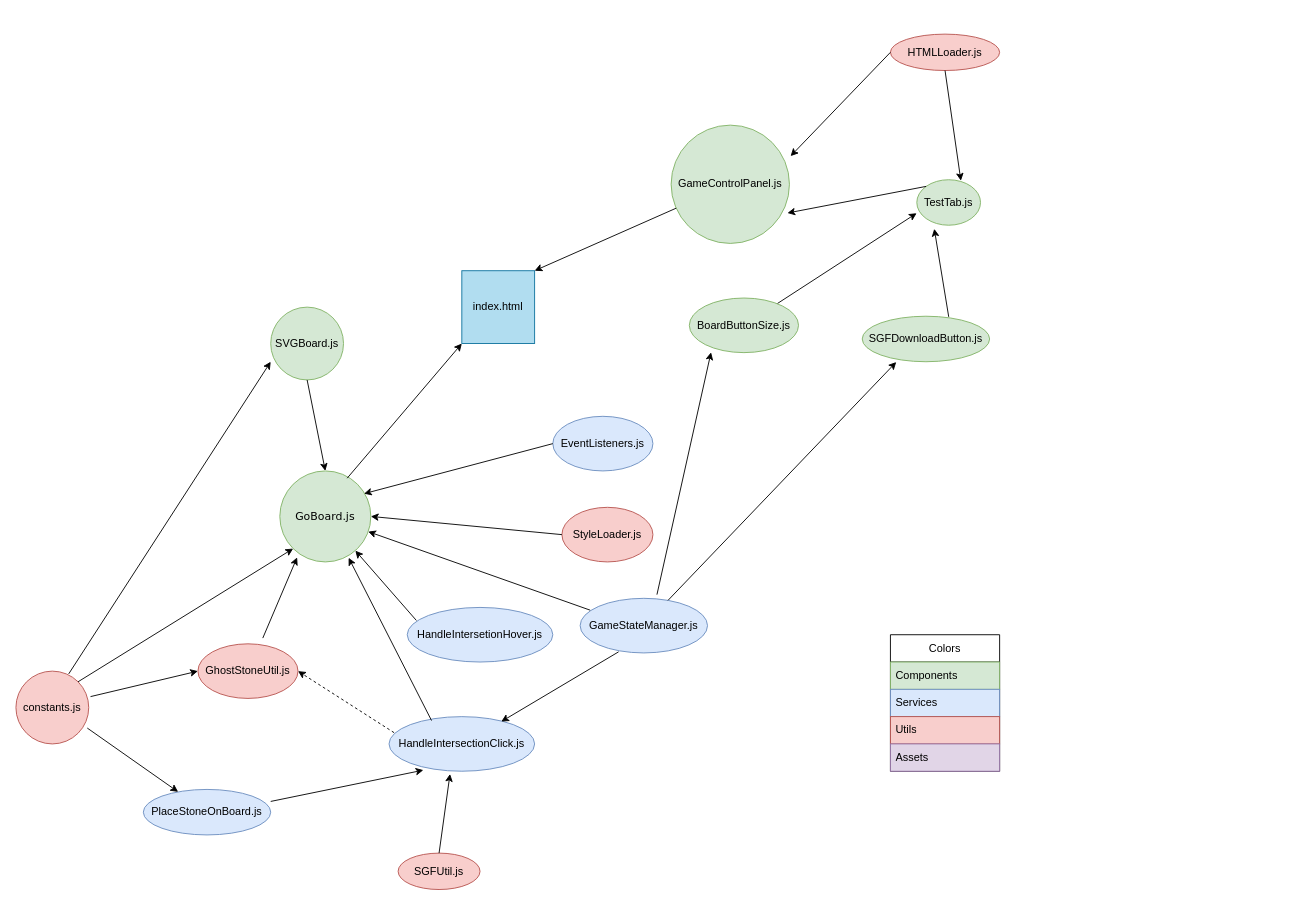
Above: WebGo.drawio in enokiLucas/Diagrams (draw.io), before the change. Source tidied: cells renumbered, new cells numbered last; positions are measured from the earlier drawing's top-left corner, leaving out a move shared by most shapes. Both pictures are drawn from the tidied source at 91%, with x=0, y=0 at pixel (15, 34).
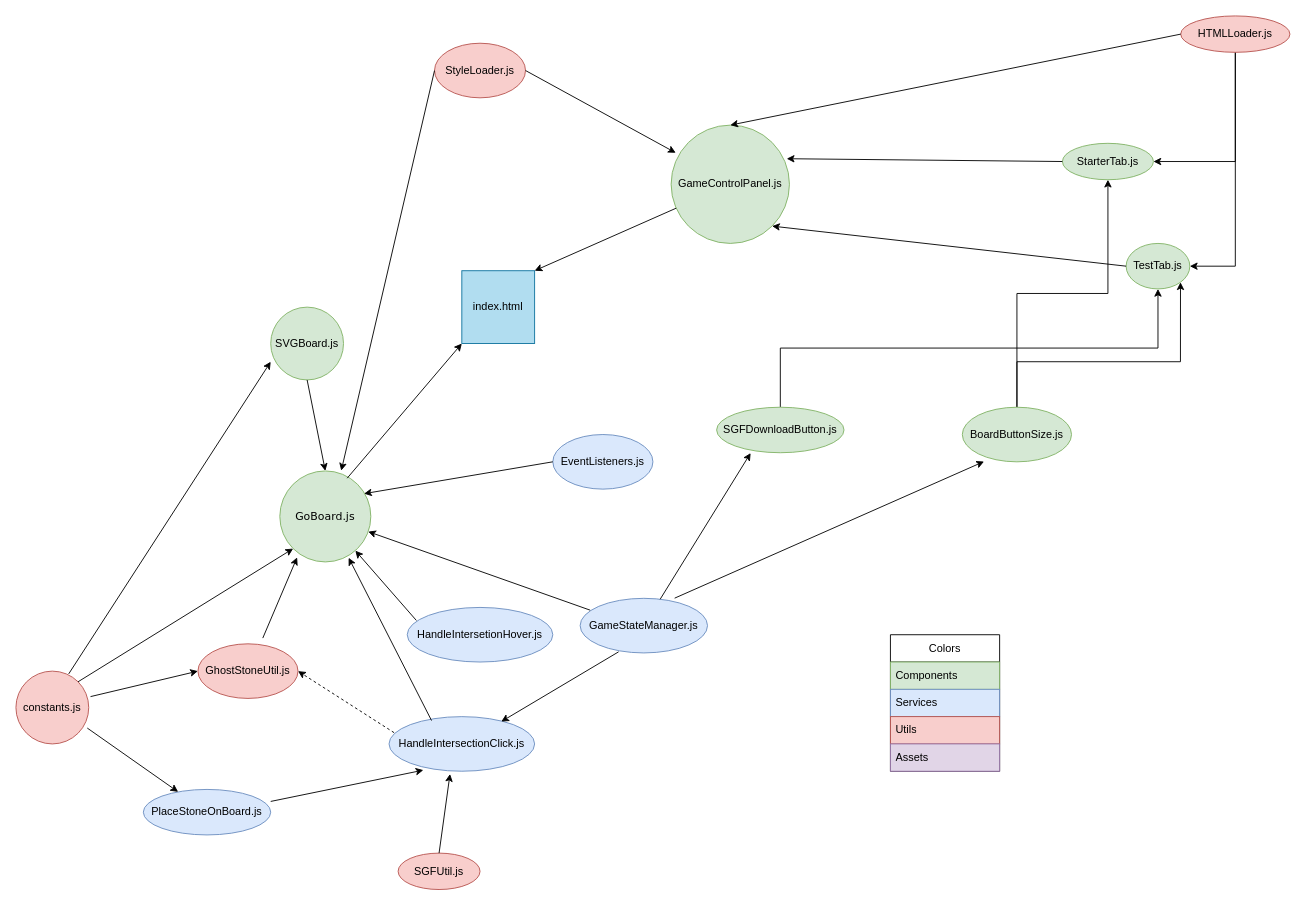
The same diagram, later.

The change refers to these unchanged cells:
```xml
<mxCell id="2" value="GoBoard.js" style="ellipse;whiteSpace=wrap;html=1;fillColor=#d5e8d4;strokeColor=#82b366;fontFamily=Verdana;labelBackgroundColor=none;" parent="1" vertex="1">
  <mxGeometry x="290" y="480" width="100" height="100" as="geometry" />
</mxCell>
<mxCell id="25" value="GameStateManager.js" style="ellipse;whiteSpace=wrap;html=1;fillColor=#dae8fc;strokeColor=#6c8ebf;" parent="1" vertex="1">
  <mxGeometry x="620" y="620" width="140" height="60" as="geometry" />
</mxCell>
<mxCell id="41" value="GameControlPanel.js" style="ellipse;whiteSpace=wrap;html=1;fillColor=#d5e8d4;strokeColor=#82b366;" parent="1" vertex="1">
  <mxGeometry x="720" y="100" width="130" height="130" as="geometry" />
</mxCell>
```

Change to the diagram source:
```diff
@@
-    <mxCell id="13" style="endArrow=classic;html=1;rounded=0;entryX=-0.003;entryY=0.736;entryDx=0;entryDy=0;entryPerimeter=0;" parent="1" edge="1" source="14" target="40">
-      <mxGeometry relative="1" as="geometry" />
+    <mxCell id="13" style="edgeStyle=orthogonalEdgeStyle;rounded=0;jettySize=auto;html=1;exitX=0.5;exitY=0;exitDx=0;exitDy=0;entryX=1;entryY=1;entryDx=0;entryDy=0;" parent="1" edge="1" source="14" target="40">
+      <mxGeometry relative="1" as="geometry">
+        <Array as="points">
+          <mxPoint x="1100" y="360" />
+          <mxPoint x="1280" y="360" />
+        </Array>
+      </mxGeometry>
     </mxCell>
+    <mxCell id="48" style="edgeStyle=orthogonalEdgeStyle;rounded=0;jettySize=auto;html=1;exitX=0.5;exitY=0;exitDx=0;exitDy=0;entryX=0.5;entryY=1;entryDx=0;entryDy=0;" parent="1" edge="1" source="14" target="50">
+      <mxGeometry relative="1" as="geometry" />
+    </mxCell>
     <mxCell id="14" value="BoardButtonSize.js" style="ellipse;whiteSpace=wrap;html=1;fillColor=#d5e8d4;strokeColor=#82b366;" parent="1" vertex="1">
-      <mxGeometry x="740" y="290" width="120" height="60" as="geometry" />
+      <mxGeometry x="1040" y="410" width="120" height="60" as="geometry" />
     </mxCell>
     <mxCell id="15" value="StyleLoader.js" style="ellipse;whiteSpace=wrap;html=1;fillColor=#f8cecc;strokeColor=#b85450;" parent="1" vertex="1">
-      <mxGeometry x="600" y="520" width="100" height="60" as="geometry" />
+      <mxGeometry x="460" y="10" width="100" height="60" as="geometry" />
     </mxCell>
-    <mxCell id="16" style="endArrow=classic;html=1;rounded=0;exitX=0;exitY=0.5;exitDx=0;exitDy=0;entryX=1;entryY=0.5;entryDx=0;entryDy=0;" parent="1" edge="1" source="15" target="2">
+    <mxCell id="16" style="endArrow=classic;html=1;rounded=0;exitX=0;exitY=0.5;exitDx=0;exitDy=0;entryX=0.675;entryY=-0.003;entryDx=0;entryDy=0;entryPerimeter=0;" parent="1" edge="1" source="15" target="2">
       <mxGeometry relative="1" as="geometry" />
     </mxCell>
     <mxCell id="17" value="EventListeners.js" style="ellipse;whiteSpace=wrap;html=1;fillColor=#dae8fc;strokeColor=#6c8ebf;" parent="1" vertex="1">
-      <mxGeometry x="590" y="420" width="110" height="60" as="geometry" />
+      <mxGeometry x="590" y="440" width="110" height="60" as="geometry" />
     </mxCell>
@@
+    <mxCell id="38" style="edgeStyle=orthogonalEdgeStyle;rounded=0;jettySize=auto;html=1;exitX=0.5;exitY=0;exitDx=0;exitDy=0;entryX=0.5;entryY=1;entryDx=0;entryDy=0;" parent="1" edge="1" source="37" target="40">
+      <mxGeometry relative="1" as="geometry" />
+    </mxCell>
     <mxCell id="37" value="SGFDownloadButton.js" style="ellipse;whiteSpace=wrap;html=1;fillColor=#d5e8d4;strokeColor=#82b366;" parent="1" vertex="1">
-      <mxGeometry x="930" y="310" width="140" height="50" as="geometry" />
+      <mxGeometry x="770" y="410" width="140" height="50" as="geometry" />
     </mxCell>
-    <mxCell id="38" style="endArrow=classic;html=1;rounded=0;exitX=0.679;exitY=0.014;exitDx=0;exitDy=0;entryX=0.274;entryY=1.079;entryDx=0;entryDy=0;entryPerimeter=0;exitPerimeter=0;" parent="1" edge="1" source="37" target="40">
-      <mxGeometry relative="1" as="geometry" />
-    </mxCell>
@@
     <mxCell id="40" value="TestTab.js" style="ellipse;whiteSpace=wrap;html=1;fillColor=#d5e8d4;strokeColor=#82b366;" parent="1" vertex="1">
-      <mxGeometry x="990" y="160" width="70" height="50" as="geometry" />
+      <mxGeometry x="1220" y="230" width="70" height="50" as="geometry" />
     </mxCell>
@@
-    <mxCell id="42" style="endArrow=classic;html=1;rounded=0;entryX=0.983;entryY=0.743;entryDx=0;entryDy=0;entryPerimeter=0;exitX=0;exitY=0;exitDx=0;exitDy=0;" parent="1" edge="1" source="40" target="41">
-      <mxGeometry relative="1" as="geometry" />
-    </mxCell>
@@
+    <mxCell id="49" style="edgeStyle=orthogonalEdgeStyle;rounded=0;jettySize=auto;html=1;exitX=0.5;exitY=1;exitDx=0;exitDy=0;entryX=1;entryY=0.5;entryDx=0;entryDy=0;" parent="1" edge="1" source="44" target="50">
+      <mxGeometry relative="1" as="geometry" />
+    </mxCell>
+    <mxCell id="46" style="edgeStyle=orthogonalEdgeStyle;rounded=0;jettySize=auto;html=1;exitX=0.5;exitY=1;exitDx=0;exitDy=0;entryX=1;entryY=0.5;entryDx=0;entryDy=0;" parent="1" edge="1" source="44" target="40">
+      <mxGeometry relative="1" as="geometry" />
+    </mxCell>
     <mxCell id="44" value="HTMLLoader.js" style="ellipse;whiteSpace=wrap;html=1;fillColor=#f8cecc;strokeColor=#b85450;" parent="1" vertex="1">
-      <mxGeometry x="961" width="120" height="40" as="geometry" />
+      <mxGeometry x="1280" y="-20" width="120" height="40" as="geometry" />
     </mxCell>
-    <mxCell id="45" style="endArrow=classic;html=1;rounded=0;exitX=0;exitY=0.5;exitDx=0;exitDy=0;entryX=1.01;entryY=0.262;entryDx=0;entryDy=0;entryPerimeter=0;" parent="1" edge="1" source="44" target="41">
+    <mxCell id="45" style="endArrow=classic;html=1;rounded=0;exitX=0;exitY=0.5;exitDx=0;exitDy=0;entryX=0.5;entryY=0;entryDx=0;entryDy=0;" parent="1" edge="1" source="44" target="41">
       <mxGeometry relative="1" as="geometry" />
     </mxCell>
-    <mxCell id="46" style="endArrow=classic;html=1;rounded=0;exitX=0.5;exitY=1;exitDx=0;exitDy=0;entryX=0.692;entryY=0.023;entryDx=0;entryDy=0;entryPerimeter=0;" parent="1" edge="1" source="44" target="40">
-      <mxGeometry relative="1" as="geometry" />
-    </mxCell>
-    <mxCell id="47" style="endArrow=classic;html=1;rounded=0;exitX=0.603;exitY=-0.068;exitDx=0;exitDy=0;exitPerimeter=0;entryX=0.199;entryY=0.994;entryDx=0;entryDy=0;entryPerimeter=0;" parent="1" edge="1" source="25" target="14">
+    <mxCell id="47" style="endArrow=classic;html=1;rounded=0;exitX=0.742;exitY=-0.003;exitDx=0;exitDy=0;exitPerimeter=0;entryX=0.199;entryY=0.994;entryDx=0;entryDy=0;entryPerimeter=0;" parent="1" edge="1" source="25" target="14">
       <mxGeometry relative="1" as="geometry" />
     </mxCell>
+    <mxCell id="50" value="StarterTab.js" style="ellipse;whiteSpace=wrap;html=1;fillColor=#d5e8d4;strokeColor=#82b366;" parent="1" vertex="1">
+      <mxGeometry x="1150" y="120" width="100" height="40" as="geometry" />
+    </mxCell>
+    <mxCell id="51" style="endArrow=classic;html=1;rounded=0;entryX=0.039;entryY=0.234;entryDx=0;entryDy=0;entryPerimeter=0;exitX=1;exitY=0.5;exitDx=0;exitDy=0;" parent="1" edge="1" source="15" target="41">
+      <mxGeometry relative="1" as="geometry" />
+    </mxCell>
+    <mxCell id="42" style="endArrow=classic;html=1;rounded=0;entryX=1;entryY=1;entryDx=0;entryDy=0;exitX=0;exitY=0.5;exitDx=0;exitDy=0;" parent="1" edge="1" source="40" target="41">
+      <mxGeometry relative="1" as="geometry" />
+    </mxCell>
+    <mxCell id="52" style="endArrow=classic;html=1;rounded=0;entryX=0.977;entryY=0.284;entryDx=0;entryDy=0;entryPerimeter=0;exitX=0;exitY=0.5;exitDx=0;exitDy=0;" parent="1" edge="1" source="50" target="41">
+      <mxGeometry relative="1" as="geometry" />
+    </mxCell>
```
